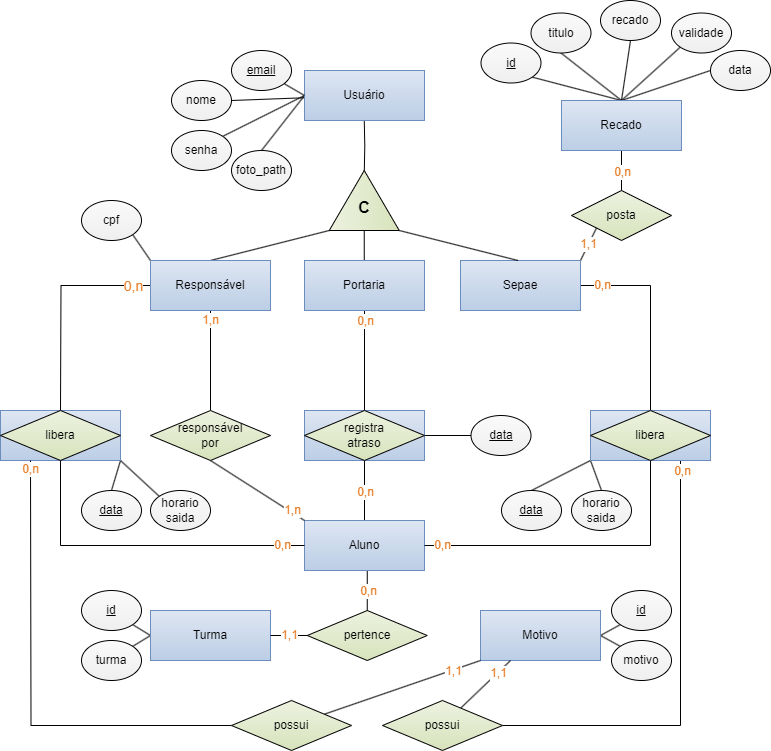
This is documentos/TCC/SEPAIS_DER.png from garzuze/SEPAIS, a draw.io export, as it was before one commit. Source tidied: cells renumbered, new cells last; positions are measured from the earlier drawing's top-left corner, leaving out a move shared by most shapes.
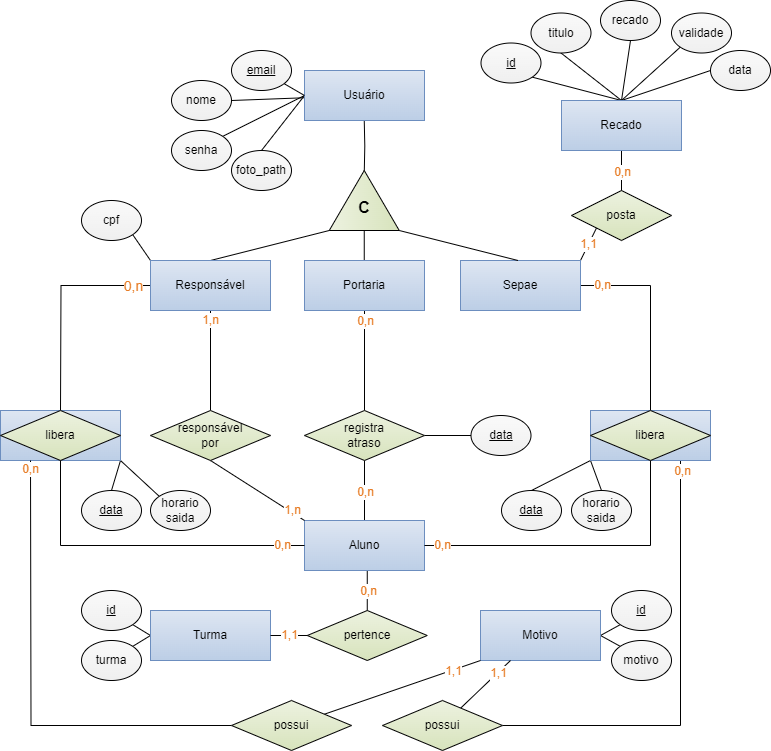
Later version of the same file.

What changed in the source:
```diff
@@ -130,12 +130,11 @@
     <mxCell id="38" value="Turma" style="html=1;dashed=0;whiteSpace=wrap;shadow=0;strokeColor=#6c8ebf;align=center;verticalAlign=middle;fontFamily=Helvetica;fontSize=12;fontColor=default;fillColor=#dee6f2;gradientColor=#bccee6;" parent="1" vertex="1">
       <mxGeometry x="150" y="610" width="120" height="50" as="geometry" />
     </mxCell>
-    <mxCell id="39" style="edgeStyle=none;rounded=0;jettySize=auto;html=1;entryX=0;entryY=0.5;entryDx=0;entryDy=0;endArrow=none;endFill=0;" parent="1" edge="1" source="40" target="80">
-      <mxGeometry relative="1" as="geometry" />
+    <mxCell id="39" style="edgeStyle=none;rounded=0;jettySize=auto;html=1;entryX=0;entryY=0.5;entryDx=0;entryDy=0;endArrow=none;endFill=0;" parent="1" edge="1" target="80">
+      <mxGeometry relative="1" as="geometry">
+        <mxPoint x="424" y="435" as="sourcePoint" />
+      </mxGeometry>
     </mxCell>
-    <mxCell id="40" style="html=1;dashed=0;whiteSpace=wrap;shadow=0;strokeColor=#6c8ebf;align=center;verticalAlign=middle;fontFamily=Helvetica;fontSize=12;fontColor=default;fillColor=#dee6f2;gradientColor=#bccee6;" parent="1" vertex="1">
-      <mxGeometry x="304" y="410" width="120" height="50" as="geometry" />
-    </mxCell>
     <mxCell id="41" value="registra&lt;div&gt;atraso&lt;/div&gt;" style="shape=rhombus;perimeter=rhombusPerimeter;whiteSpace=wrap;html=1;align=center;arcSize=20;spacing=2;fontSize=12;strokeColor=default;verticalAlign=middle;fontFamily=Helvetica;fontColor=default;fillColor=#edf2e0;gradientColor=#d7e3bc;" parent="1" vertex="1">
       <mxGeometry x="304" y="410" width="120" height="50" as="geometry" />
     </mxCell>
```
